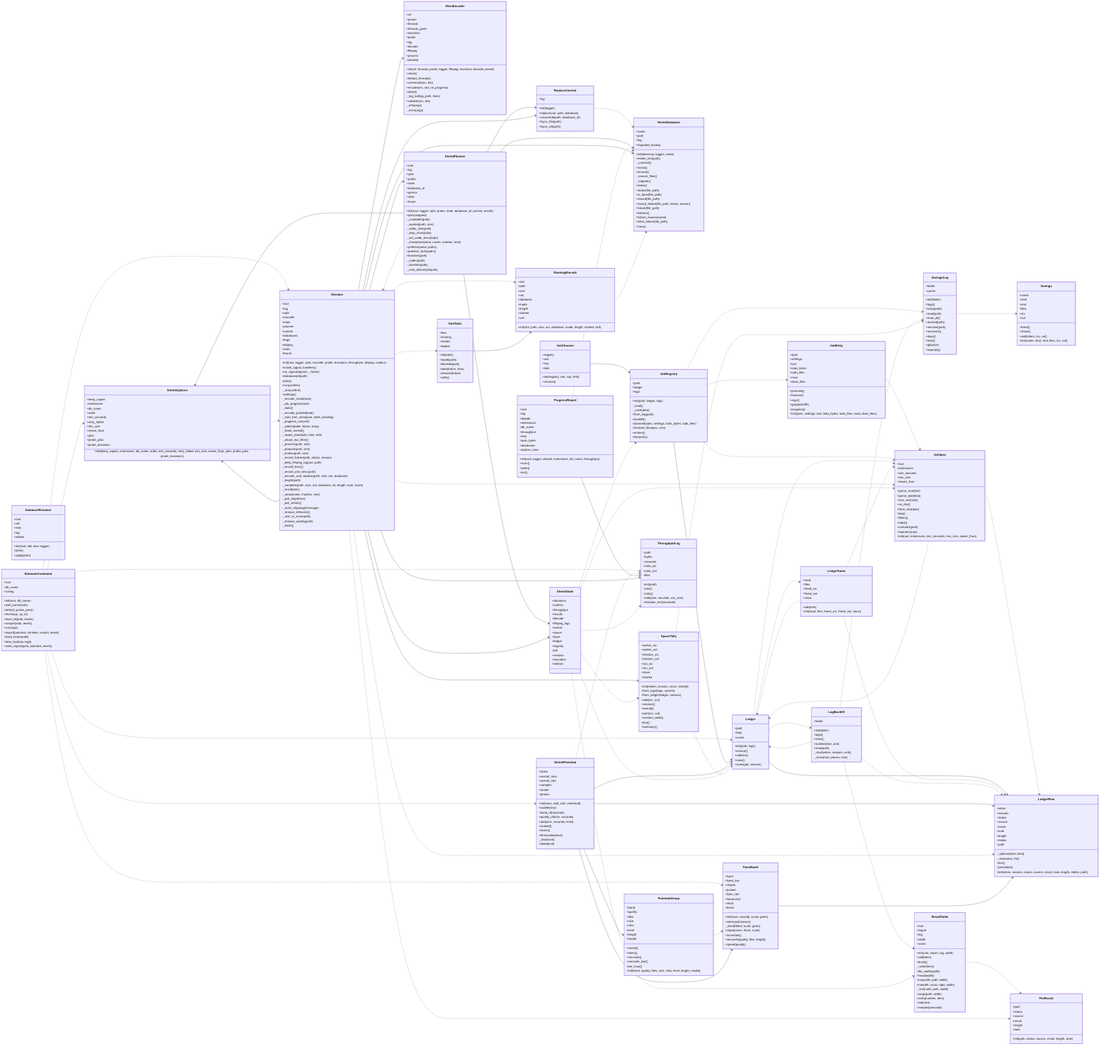
Above: docs/img/uml_shrink.png in peddanet/mediatools (Mermaid), before the change. Its source is kept beside it as docs/img/uml_shrink.mmd.
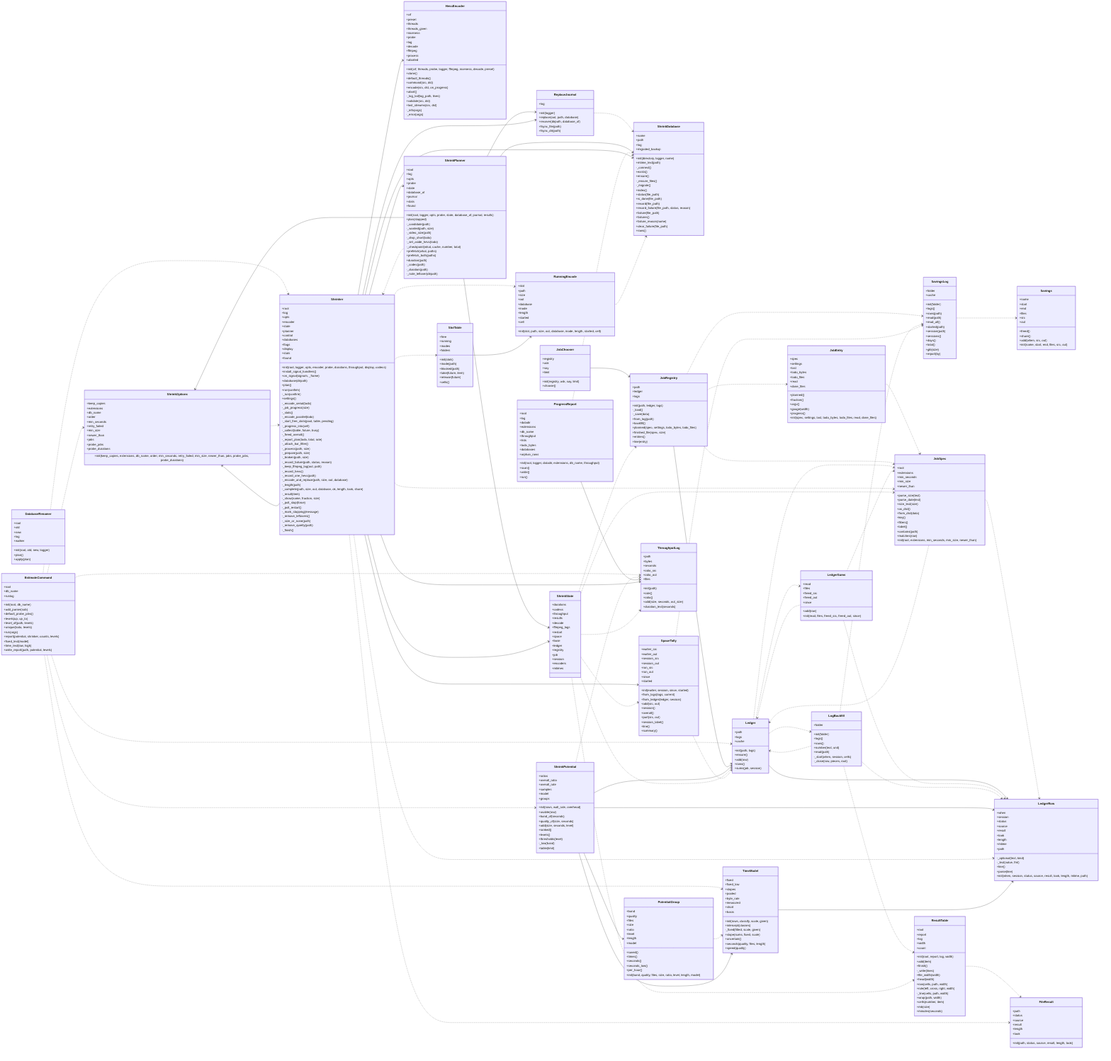
The same diagram one commit later.

What changed in the source:
```diff
@@ -53,6 +53,7 @@
     +abort()
     -_log_tail(log_path, lines)
     +validate(src, dst)
+    +lost_streams(src, dst)
     -_info(args)
     -_error(args)
   }
```
